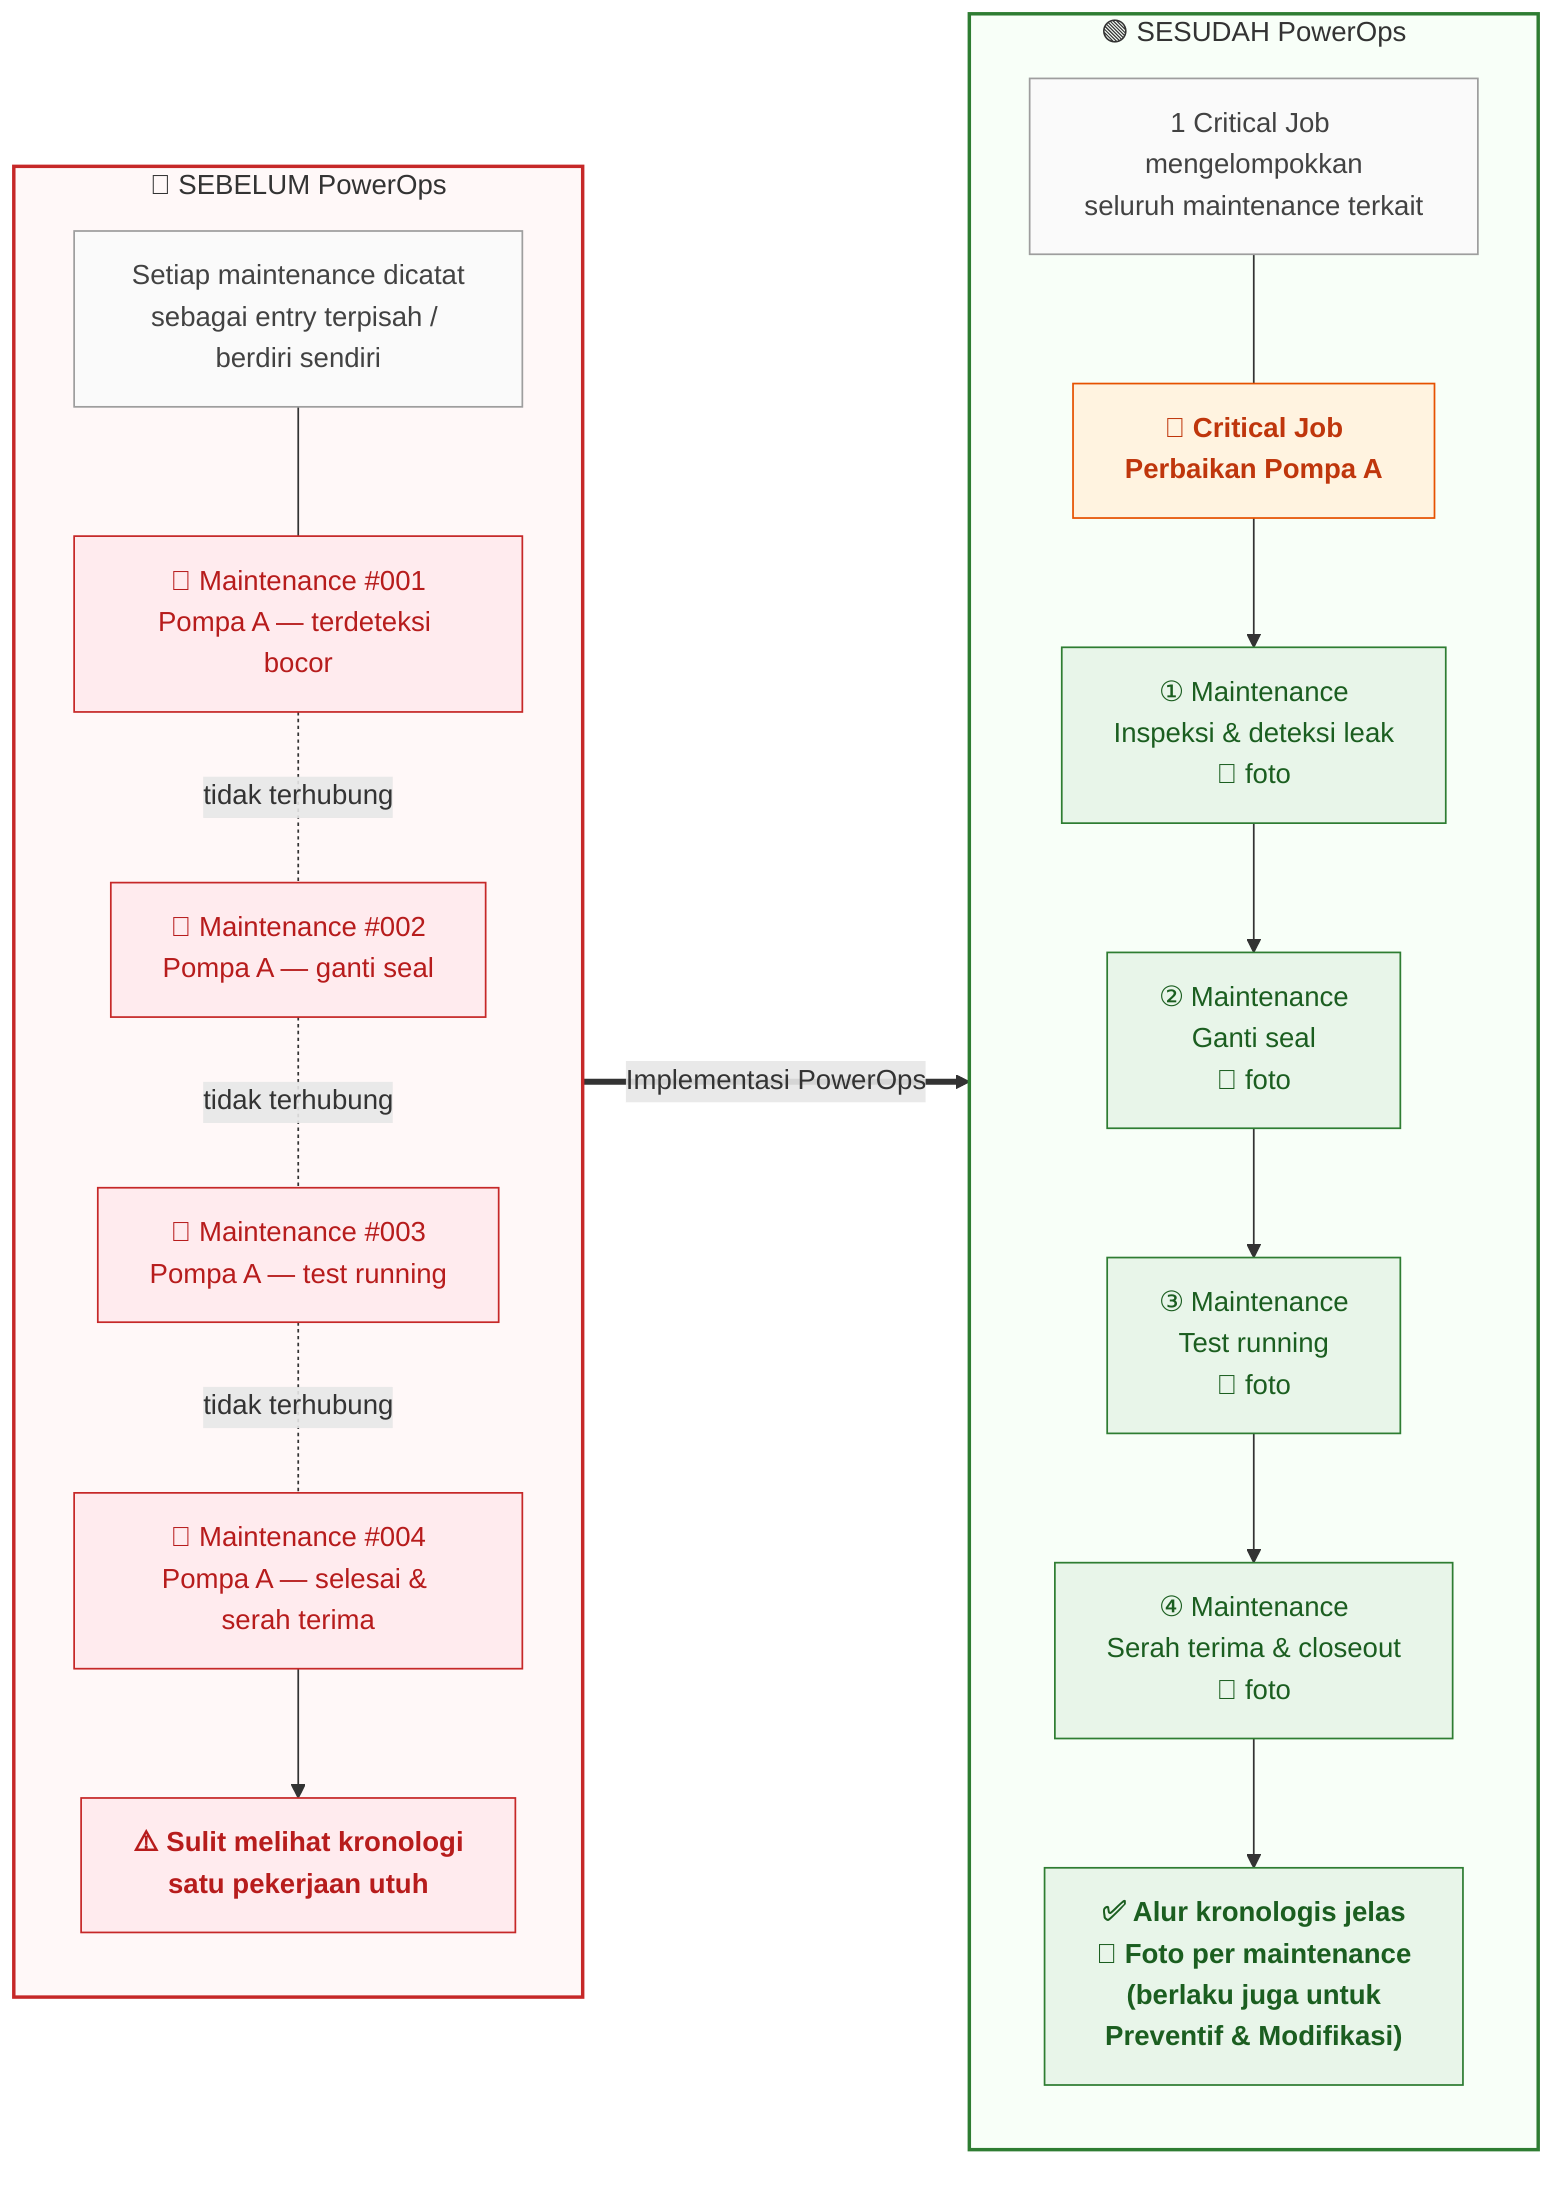
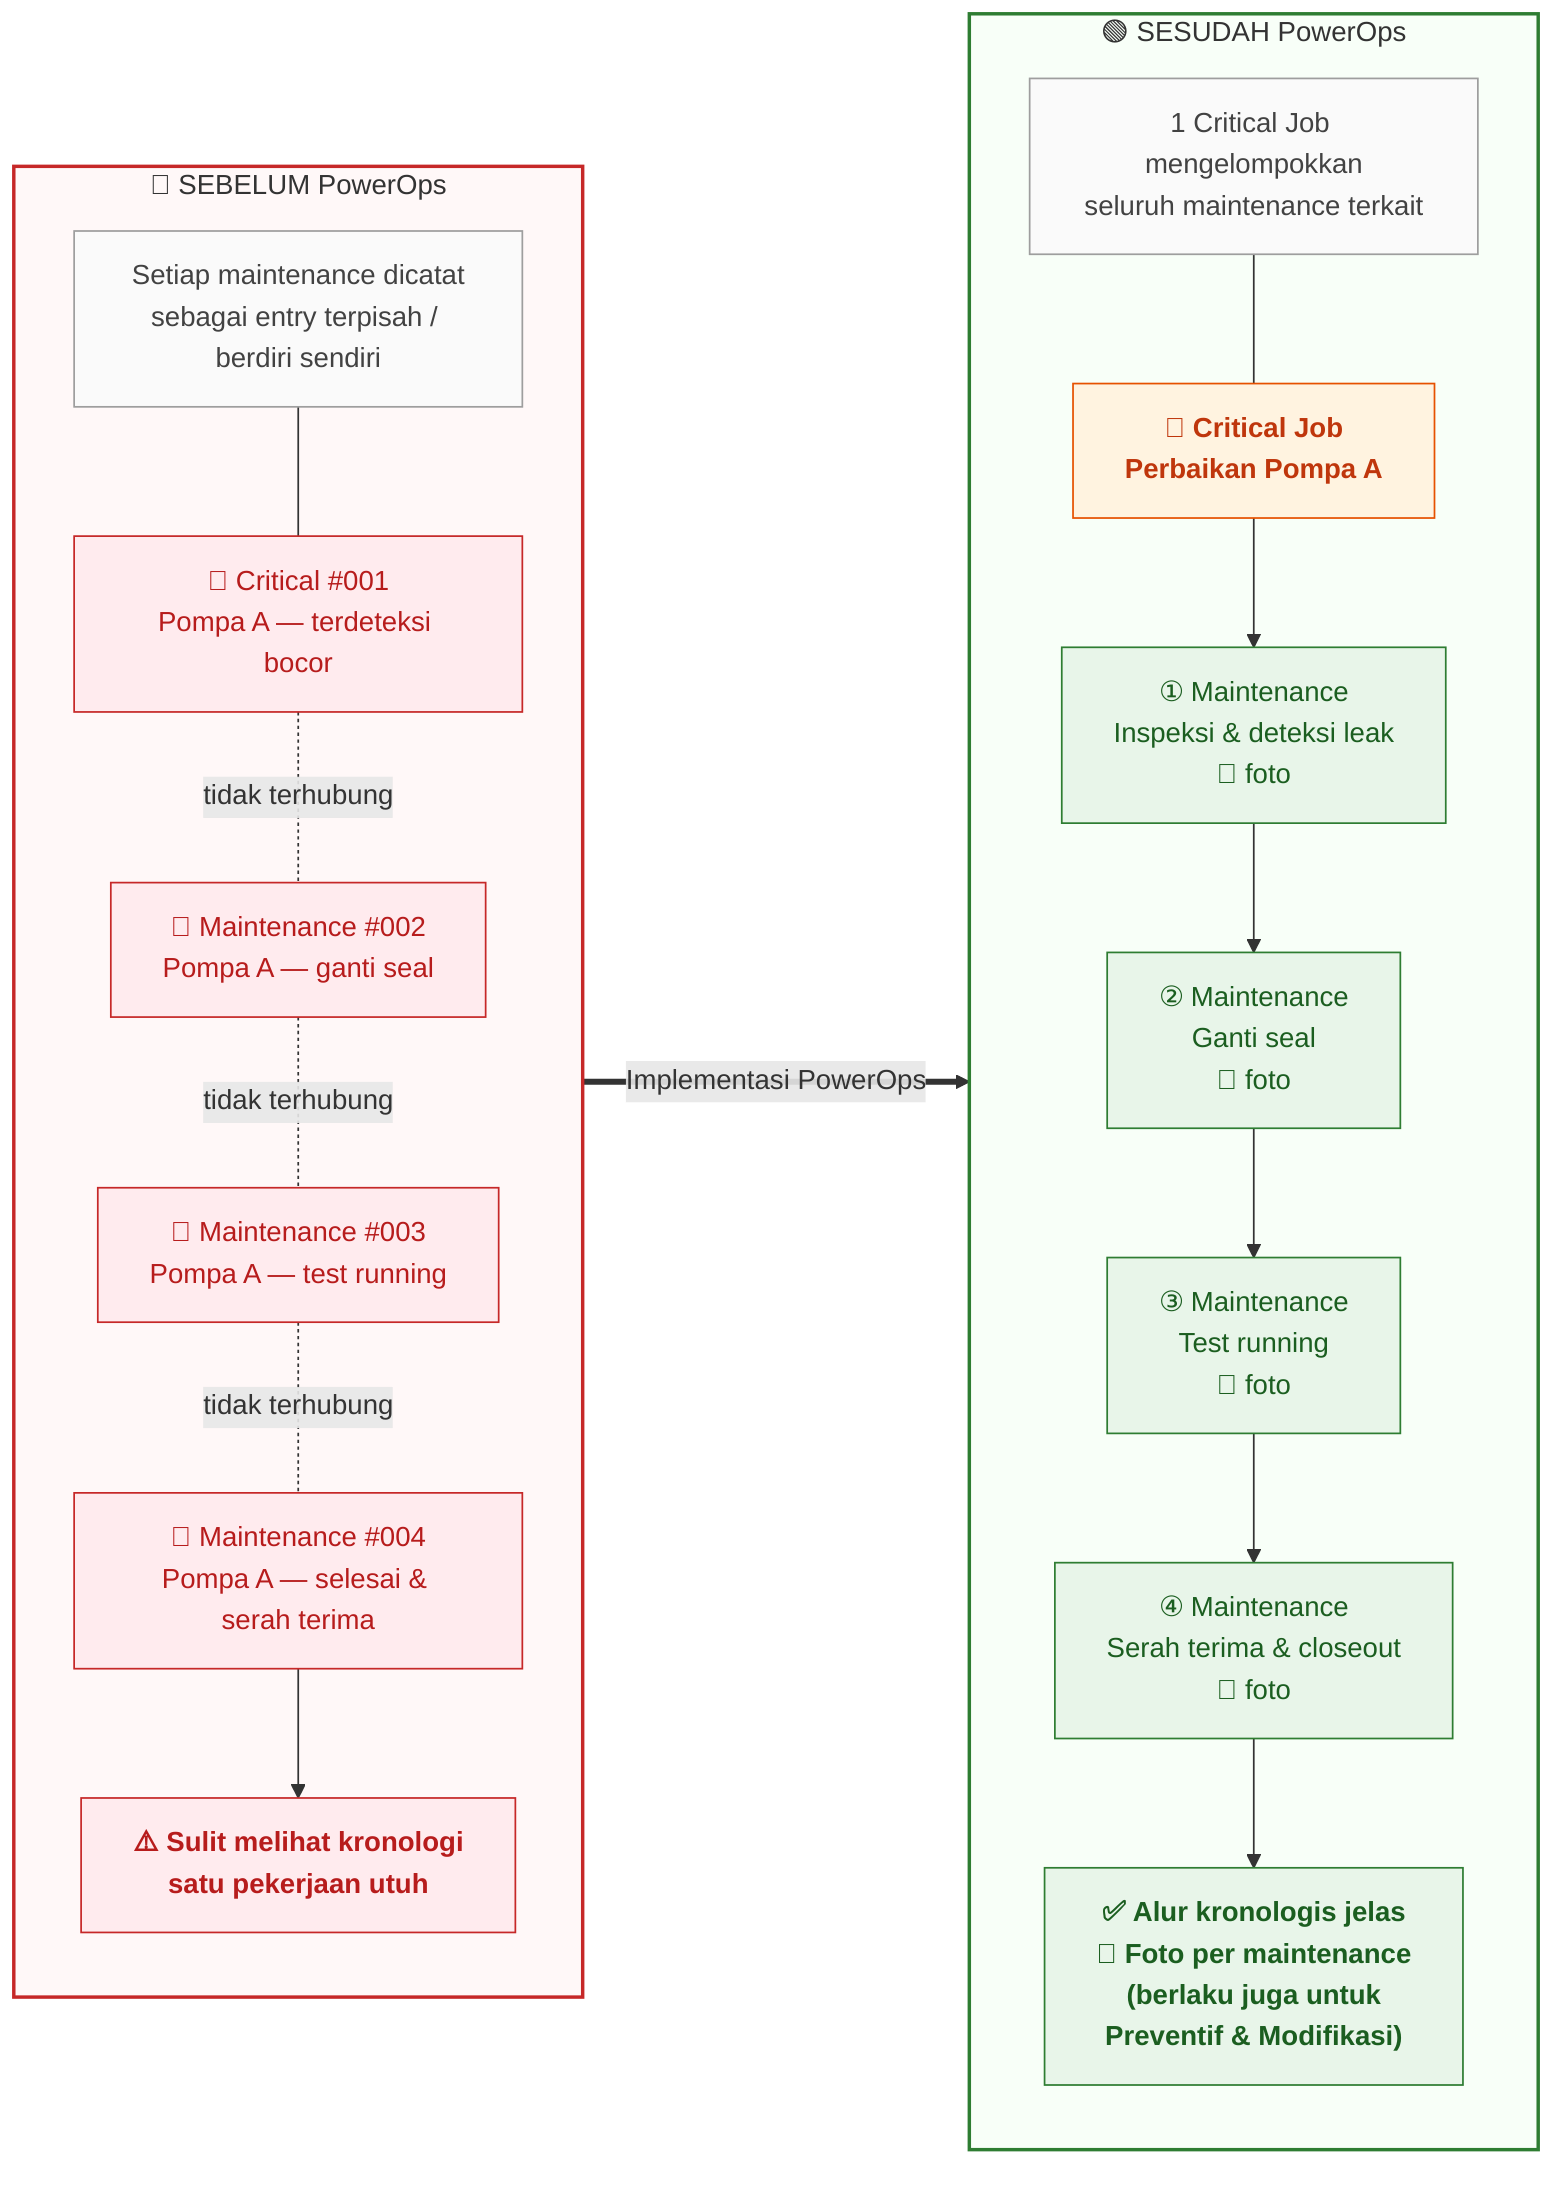
flowchart LR

%% ============== SEBELUM ==============
subgraph BEFORE["🔴 SEBELUM PowerOps"]
    direction TB
    NOTEB["Setiap maintenance dicatat<br/>sebagai entry terpisah / berdiri sendiri"]

-     C1["📍 Maintenance #001<br/>Pompa A — terdeteksi bocor"]
+     C1["📍 Critical #001<br/>Pompa A — terdeteksi bocor"]
    C2["📍 Maintenance #002<br/>Pompa A — ganti seal"]
    C3["📍 Maintenance #003<br/>Pompa A — test running"]
    C4["📍 Maintenance #004<br/>Pompa A — selesai &amp; serah terima"]

    NOTEB --- C1
    C1 -.-|"tidak terhubung"| C2
    C2 -.-|"tidak terhubung"| C3
    C3 -.-|"tidak terhubung"| C4

    ISS["⚠️ Sulit melihat kronologi<br/>satu pekerjaan utuh"]
    C4 --> ISS
end

%% ============== SESUDAH ==============
subgraph AFTER["🟢 SESUDAH PowerOps"]
    direction TB
    NOTEA["1 Critical Job mengelompokkan<br/>seluruh maintenance terkait"]

    CJ["🔧 Critical Job<br/>Perbaikan Pompa A"]

    M1["① Maintenance<br/>Inspeksi &amp; deteksi leak<br/>📸 foto"]
    M2["② Maintenance<br/>Ganti seal<br/>📸 foto"]
    M3["③ Maintenance<br/>Test running<br/>📸 foto"]
    M4["④ Maintenance<br/>Serah terima &amp; closeout<br/>📸 foto"]

    NOTEA --- CJ
    CJ --> M1 --> M2 --> M3 --> M4

    BEN["✅ Alur kronologis jelas<br/>📸 Foto per maintenance<br/>(berlaku juga untuk<br/>Preventif &amp; Modifikasi)"]
    M4 --> BEN
end

BEFORE ==>|"Implementasi PowerOps"| AFTER

%% ============== STYLING ==============
classDef criticalNode fill:#FFEBEE,stroke:#C62828,color:#B71C1C;
classDef maintNode fill:#E8F5E9,stroke:#2E7D32,color:#1B5E20;
classDef parentNode fill:#FFF3E0,stroke:#E65100,color:#BF360C,font-weight:bold;
classDef noteNode fill:#FAFAFA,stroke:#9E9E9E,color:#424242;
classDef warnNode fill:#FFEBEE,stroke:#C62828,color:#B71C1C,font-weight:bold;
classDef benefitNode fill:#E8F5E9,stroke:#2E7D32,color:#1B5E20,font-weight:bold;

class C1,C2,C3,C4 criticalNode;
class M1,M2,M3,M4 maintNode;
class CJ parentNode;
class NOTEB,NOTEA noteNode;
class ISS warnNode;
class BEN benefitNode;

style BEFORE fill:#FFF8F8,stroke:#C62828,stroke-width:2px;
style AFTER fill:#F8FFF8,stroke:#2E7D32,stroke-width:2px;
